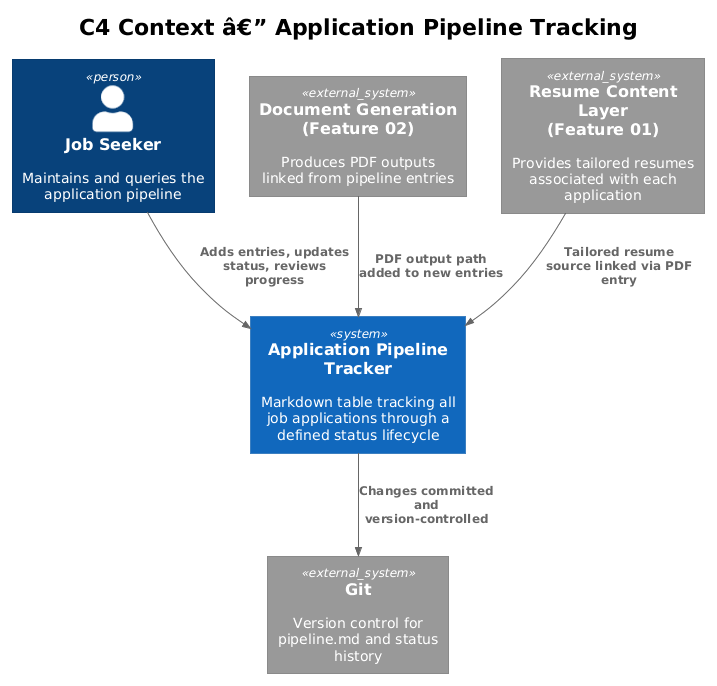
The PlantUML diagram docs/detailed-designs/03-application-pipeline-tracking/diagrams/c4_context.png in QuinntyneBrown/Orbit, before a commit.
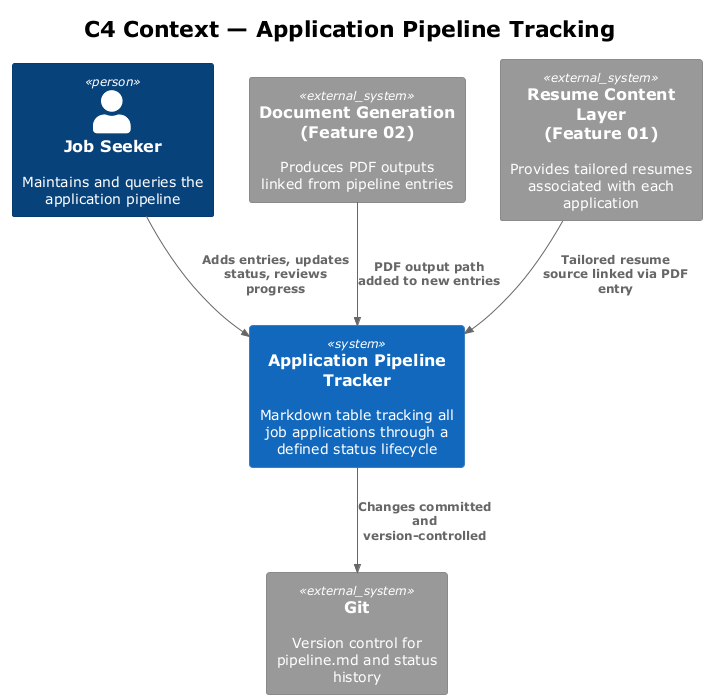
Above is the later version.

Diff of the diagram source:
```diff
@@ -1,8 +1,8 @@
-@startuml
+@startuml c4_context
 !theme plain
 !include <C4/C4_Context>
 
-title C4 Context â€” Application Pipeline Tracking
+title C4 Context — Application Pipeline Tracking
 
 Person(user, "Job Seeker", "Maintains and queries the application pipeline")
 
@@ -16,4 +16,5 @@
 Rel(pipeline, git, "Changes committed and version-controlled")
 Rel(docgen, pipeline, "PDF output path added to new entries")
 Rel(content, pipeline, "Tailored resume source linked via PDF entry")
+
 @enduml
```
